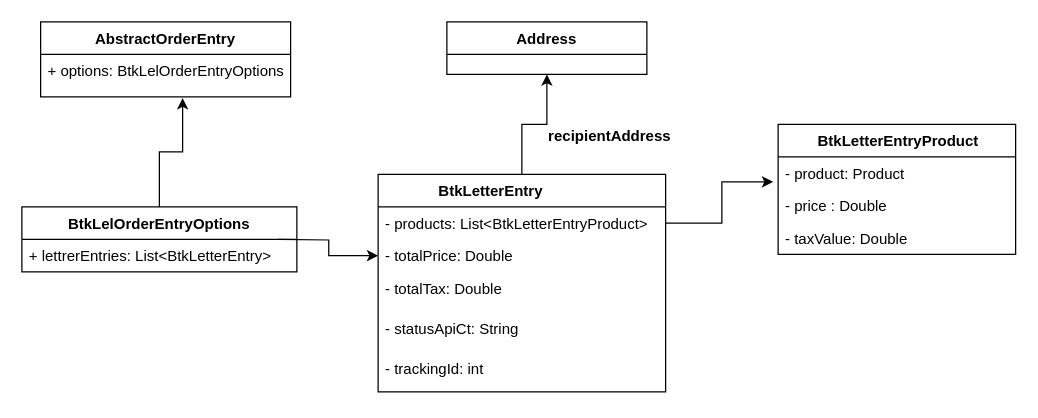
This is Untitled Diagram.drawio from elaissoussi/draw.io, a draw.io file, before an edit. Source tidied: cells renumbered, new cells numbered last; positions are measured from the earlier drawing's top-left corner, leaving out a move shared by most shapes. Both pictures are drawn from the tidied source at 125%, with x=0, y=0 at pixel (21, 21).
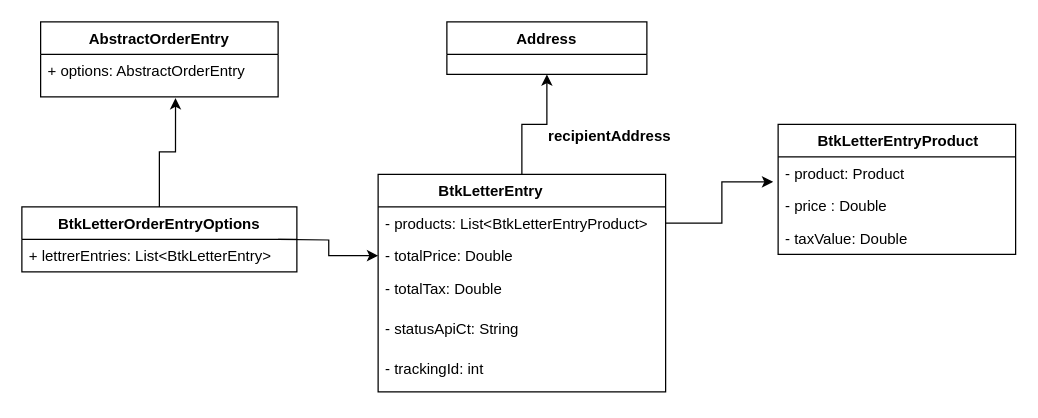
After the change.

What changed in the source:
```diff
@@
     <mxCell id="12" value="AbstractOrderEntry" style="swimlane;fontStyle=1;horizontal=1;startSize=26;fillColor=none;" parent="1" vertex="1">
-      <mxGeometry x="15" width="200" height="60" as="geometry" />
+      <mxGeometry x="15" width="190" height="60" as="geometry" />
     </mxCell>
-    <mxCell id="13" value="+ options: BtkLelOrderEntryOptions" style="text;strokeColor=none;fillColor=none;align=left;verticalAlign=top;spacingLeft=4;spacingRight=4;overflow=hidden;points=[[0,0.5],[1,0.5]];portConstraint=eastwest;" parent="12" vertex="1">
-      <mxGeometry y="26" width="200" height="34" as="geometry" />
+    <mxCell id="13" value="+ options: AbstractOrderEntry" style="text;strokeColor=none;fillColor=none;align=left;verticalAlign=top;spacingLeft=4;spacingRight=4;overflow=hidden;points=[[0,0.5],[1,0.5]];portConstraint=eastwest;" parent="12" vertex="1">
+      <mxGeometry y="26" width="190" height="34" as="geometry" />
     </mxCell>
-    <mxCell id="14" value="BtkLelOrderEntryOptions" style="swimlane;fontStyle=1;horizontal=1;startSize=26;fillColor=none;" parent="1" vertex="1">
+    <mxCell id="14" value="BtkLetterOrderEntryOptions" style="swimlane;fontStyle=1;horizontal=1;startSize=26;fillColor=none;" parent="1" vertex="1">
       <mxGeometry y="148" width="220" height="52" as="geometry" />
     </mxCell>
```
